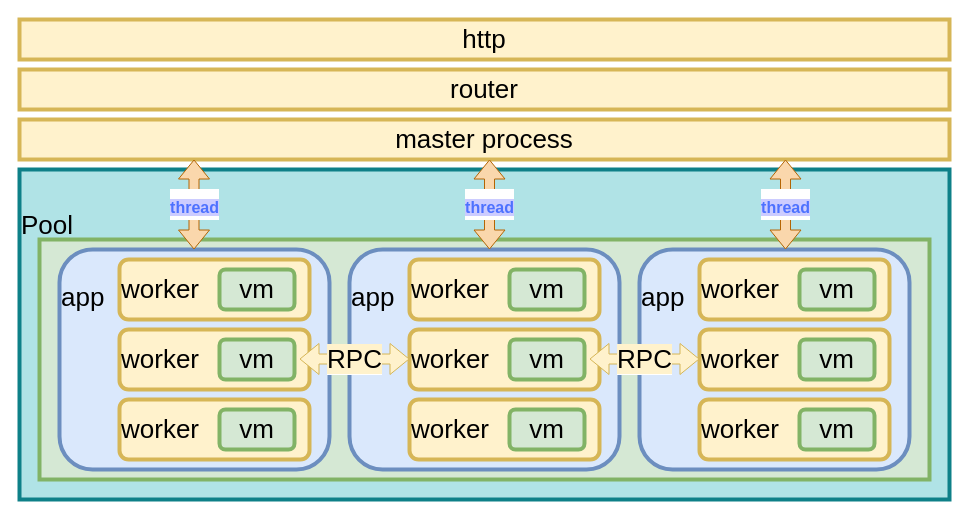
virtual-less/assets keeps this draw.io diagram as vass-framework.drawio. Above is the earlier version. Source tidied: cells renumbered, new cells numbered last; positions are measured from the earlier drawing's top-left corner, leaving out a move shared by most shapes. Both pictures are drawn from the tidied source at 100%, with x=0, y=0 at pixel (19, 19).
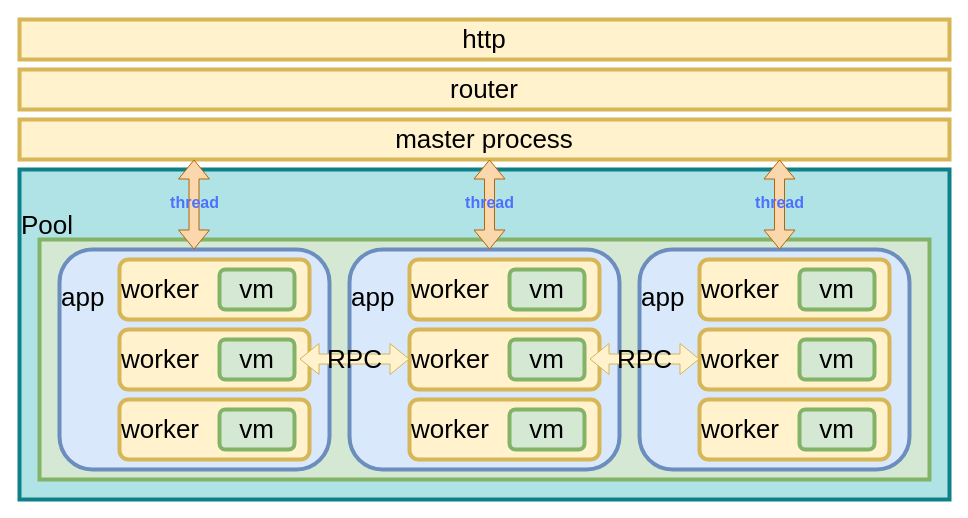
Above is the later version.

What changed in the source:
```diff
@@
-    <mxCell id="27" value="&lt;span style=&quot;background-color: rgb(255 , 242 , 204)&quot;&gt;RPC&lt;/span&gt;" style="shape=flexArrow;endArrow=classic;startArrow=classic;html=1;rounded=0;fontSize=26;fillColor=#fff2cc;strokeColor=#d6b656;" parent="1" edge="1">
+    <mxCell id="27" value="&lt;span style=&quot;&quot;&gt;RPC&lt;/span&gt;" style="shape=flexArrow;endArrow=classic;startArrow=classic;html=1;rounded=0;fontSize=26;fillColor=#fff2cc;strokeColor=#d6b656;labelBackgroundColor=none;" parent="1" edge="1">
       <mxGeometry relative="1" as="geometry">
         <mxPoint x="280" y="339.5" as="sourcePoint" />
         <mxPoint x="390" y="339.5" as="targetPoint" />
       </mxGeometry>
     </mxCell>
-    <mxCell id="28" value="&lt;span style=&quot;background-color: rgb(255 , 242 , 204)&quot;&gt;RPC&lt;/span&gt;" style="shape=flexArrow;endArrow=classic;startArrow=classic;html=1;rounded=0;fontSize=26;fillColor=#fff2cc;strokeColor=#d6b656;" parent="1" edge="1">
+    <mxCell id="28" value="&lt;span style=&quot;&quot;&gt;RPC&lt;/span&gt;" style="shape=flexArrow;endArrow=classic;startArrow=classic;html=1;rounded=0;fontSize=26;fillColor=#fff2cc;strokeColor=#d6b656;labelBackgroundColor=none;" parent="1" edge="1">
       <mxGeometry relative="1" as="geometry">
         <mxPoint x="570" y="339.5" as="sourcePoint" />
         <mxPoint x="680" y="339.5" as="targetPoint" />
       </mxGeometry>
     </mxCell>
@@
-    <mxCell id="30" value="&lt;span style=&quot;color: rgb(77 , 113 , 255) ; font-family: &amp;#34;gilroy&amp;#34; ; font-size: 16px ; font-weight: 600 ; text-align: left ; background-color: rgb(204 , 204 , 255)&quot;&gt;thread&lt;/span&gt;" style="shape=flexArrow;endArrow=classic;startArrow=classic;html=1;rounded=0;fontSize=26;fillColor=#fad7ac;strokeColor=#b46504;" parent="1" edge="1">
-      <mxGeometry relative="1" as="geometry">
-        <mxPoint x="174.5" y="230" as="sourcePoint" />
-        <mxPoint x="174.5" y="140" as="targetPoint" />
-      </mxGeometry>
-    </mxCell>
-    <mxCell id="31" value="&lt;span style=&quot;color: rgb(77 , 113 , 255) ; font-family: &amp;#34;gilroy&amp;#34; ; font-size: 16px ; font-weight: 600 ; text-align: left ; background-color: rgb(204 , 204 , 255)&quot;&gt;thread&lt;/span&gt;" style="shape=flexArrow;endArrow=classic;startArrow=classic;html=1;rounded=0;fontSize=26;fillColor=#fad7ac;strokeColor=#b46504;" parent="1" edge="1">
-      <mxGeometry relative="1" as="geometry">
+    <mxCell id="31" value="&lt;span style=&quot;color: rgb(77, 113, 255); font-family: gilroy; font-size: 16px; font-weight: 600; text-align: left;&quot;&gt;thread&lt;/span&gt;" style="shape=flexArrow;endArrow=classic;startArrow=classic;html=1;rounded=0;fontSize=26;fillColor=#fad7ac;strokeColor=#b46504;labelBackgroundColor=none;" parent="1" edge="1">
+      <mxGeometry x="0.11" relative="1" as="geometry">
         <mxPoint x="470" y="230" as="sourcePoint" />
         <mxPoint x="470" y="140" as="targetPoint" />
       </mxGeometry>
     </mxCell>
-    <mxCell id="32" value="&lt;span style=&quot;color: rgb(77 , 113 , 255) ; font-family: &amp;#34;gilroy&amp;#34; ; font-size: 16px ; font-weight: 600 ; text-align: left ; background-color: rgb(204 , 204 , 255)&quot;&gt;thread&lt;/span&gt;" style="shape=flexArrow;endArrow=classic;startArrow=classic;html=1;rounded=0;fontSize=26;fillColor=#fad7ac;strokeColor=#b46504;" parent="1" edge="1">
-      <mxGeometry relative="1" as="geometry">
-        <mxPoint x="766" y="230" as="sourcePoint" />
-        <mxPoint x="766" y="140" as="targetPoint" />
-      </mxGeometry>
-    </mxCell>
+    <mxCell id="33" value="&lt;span style=&quot;color: rgb(77, 113, 255); font-family: gilroy; font-size: 16px; font-weight: 600; text-align: left;&quot;&gt;thread&lt;/span&gt;" style="shape=flexArrow;endArrow=classic;startArrow=classic;html=1;rounded=0;fontSize=26;fillColor=#fad7ac;strokeColor=#b46504;labelBackgroundColor=none;" parent="1" edge="1">
+      <mxGeometry x="0.11" relative="1" as="geometry">
+        <mxPoint x="760" y="230" as="sourcePoint" />
+        <mxPoint x="760" y="140" as="targetPoint" />
+      </mxGeometry>
+    </mxCell>
+    <mxCell id="34" value="&lt;span style=&quot;color: rgb(77, 113, 255); font-family: gilroy; font-size: 16px; font-weight: 600; text-align: left;&quot;&gt;thread&lt;/span&gt;" style="shape=flexArrow;endArrow=classic;startArrow=classic;html=1;rounded=0;fontSize=26;fillColor=#fad7ac;strokeColor=#b46504;labelBackgroundColor=none;" parent="1" edge="1">
+      <mxGeometry x="0.11" relative="1" as="geometry">
+        <mxPoint x="174.5" y="230" as="sourcePoint" />
+        <mxPoint x="174.5" y="140" as="targetPoint" />
+      </mxGeometry>
+    </mxCell>
```
